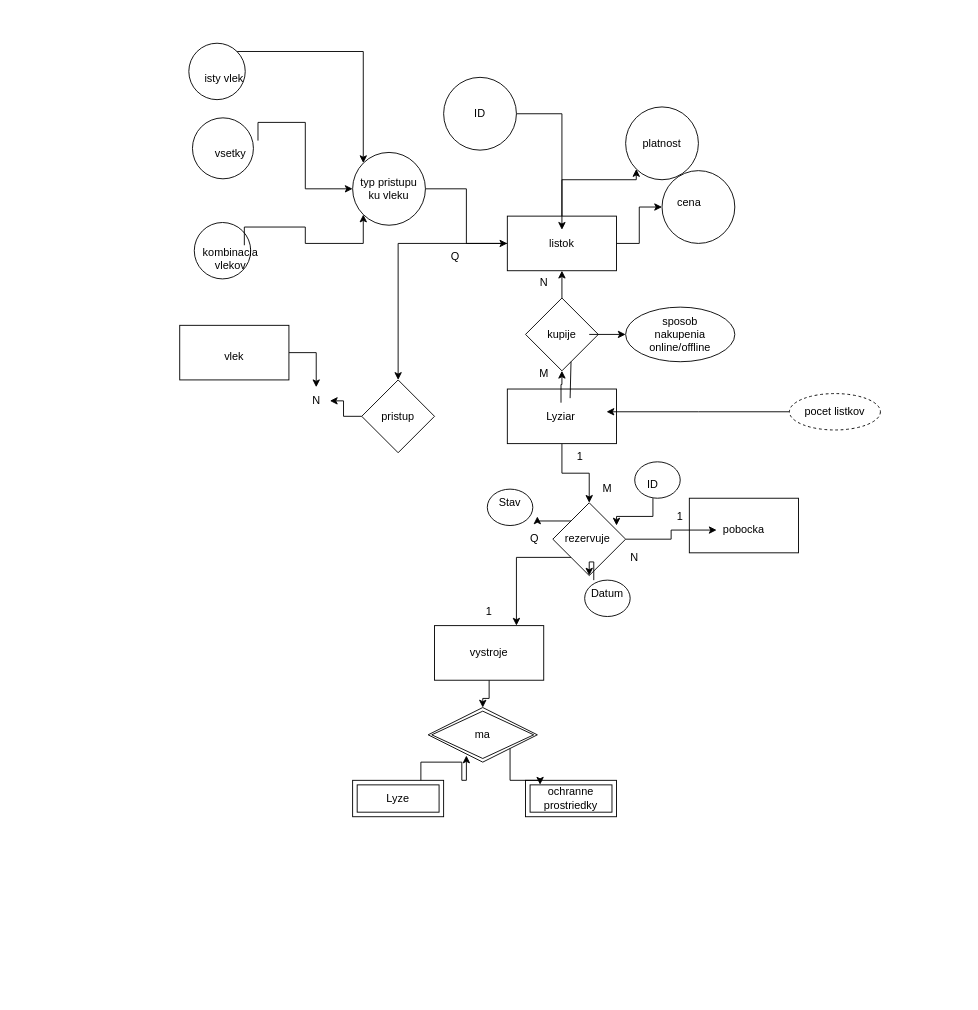
Earlier version of the draw.io diagram Діаграма без назви.drawio (xli1iax/DBS-uni). Source tidied: cells renumbered, new cells numbered last; positions are measured from the earlier drawing's top-left corner, leaving out a move shared by most shapes. Both pictures are drawn from the tidied source at 91%, with x=0, y=0 at pixel (179, 43).
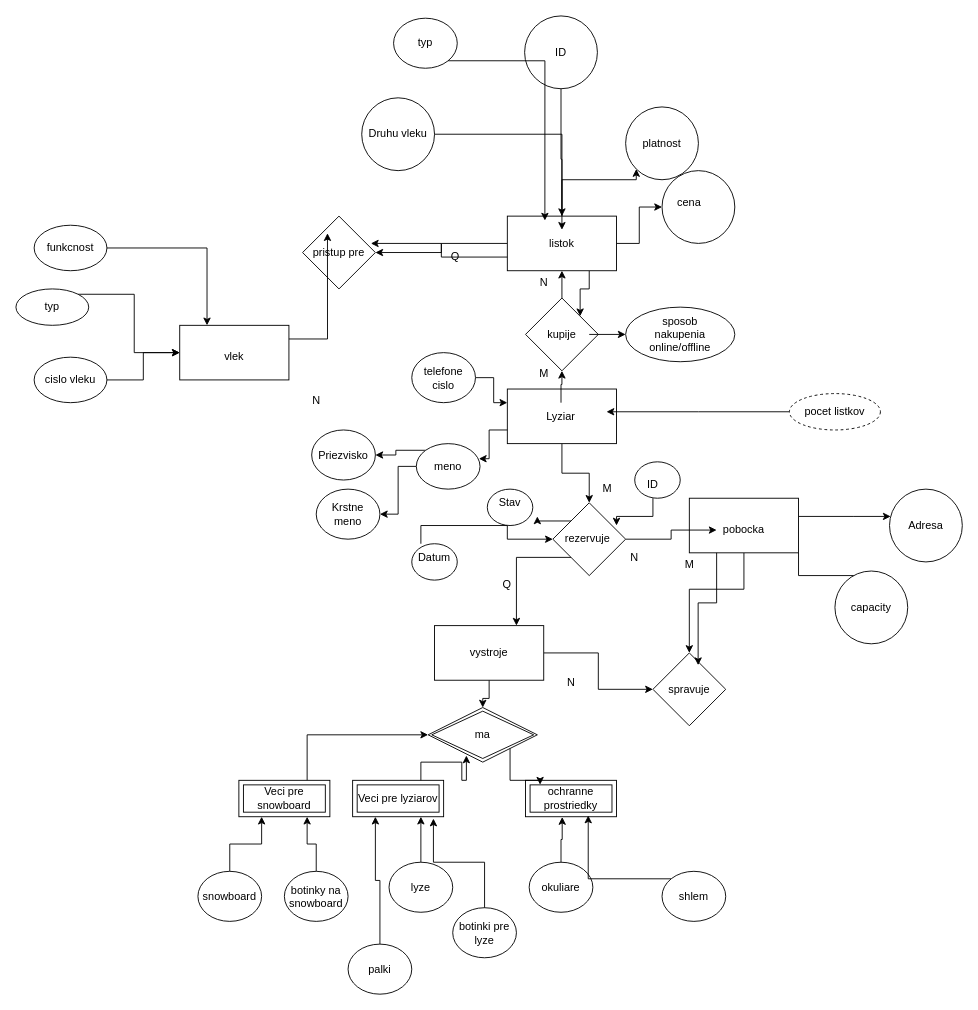
Above is the later version.

Unchanged cells that the change refers to:
```xml
<mxCell id="3" style="rounded=0;whiteSpace=wrap;html=1;" parent="1" vertex="1">
  <mxGeometry x="360" y="380" width="120" height="60" as="geometry" />
</mxCell>
<mxCell id="9" style="rounded=0;whiteSpace=wrap;html=1;" parent="1" vertex="1">
  <mxGeometry x="360" y="190" width="120" height="60" as="geometry" />
</mxCell>
<mxCell id="11" style="rhombus;whiteSpace=wrap;html=1;" parent="1" vertex="1">
  <mxGeometry x="380" y="280" width="80" height="80" as="geometry" />
</mxCell>
<mxCell id="17" style="whiteSpace=wrap;html=1;" parent="1" vertex="1">
  <mxGeometry x="280" y="640" width="120" height="60" as="geometry" />
</mxCell>
<mxCell id="38" style="rounded=0;whiteSpace=wrap;html=1;" parent="1" vertex="1">
  <mxGeometry y="310" width="120" height="60" as="geometry" />
</mxCell>
<mxCell id="39" style="rounded=0;whiteSpace=wrap;html=1;" parent="1" vertex="1">
  <mxGeometry x="560" y="500" width="120" height="60" as="geometry" />
</mxCell>
<mxCell id="53" value="Stav" style="text;html=1;align=center;verticalAlign=middle;whiteSpace=wrap;rounded=0;" parent="1" vertex="1">
  <mxGeometry x="333" y="490" width="60" height="30" as="geometry" />
</mxCell>
<mxCell id="64" value="N" style="text;html=1;align=center;verticalAlign=middle;points=[];strokeColor=none;fillColor=none;" parent="1" vertex="1">
  <mxGeometry x="135" y="378" width="30" height="30" as="geometry" />
</mxCell>
<mxCell id="66" value="ochranne prostriedky" style="shape=ext;margin=3;double=1;whiteSpace=wrap;html=1;align=center;" parent="1" vertex="1">
  <mxGeometry x="380" y="810" width="100" height="40" as="geometry" />
</mxCell>
<mxCell id="67" value="ma" style="shape=rhombus;double=1;perimeter=rhombusPerimeter;whiteSpace=wrap;html=1;align=center;" parent="1" vertex="1">
  <mxGeometry x="273" y="730" width="120" height="60" as="geometry" />
</mxCell>
```

Diff of the diagram source:
```diff
@@
+    <mxCell id="76" style="edgeStyle=orthogonalEdgeStyle;rounded=0;jettySize=auto;html=1;exitX=0.75;exitY=1;exitDx=0;exitDy=0;entryX=1;entryY=0;entryDx=0;entryDy=0;" parent="1" edge="1" source="9" target="11">
+      <mxGeometry relative="1" as="geometry" />
+    </mxCell>
@@
-    <mxCell id="15" style="endArrow=none;html=1;rounded=0;exitX=0.575;exitY=0.167;exitDx=0;exitDy=0;exitPerimeter=0;" parent="1" edge="1" source="3">
-      <mxGeometry relative="1" as="geometry">
-        <mxPoint x="430" y="350" as="targetPoint" />
-      </mxGeometry>
-    </mxCell>
@@
+    <mxCell id="77" style="edgeStyle=orthogonalEdgeStyle;rounded=0;jettySize=auto;html=1;exitX=1;exitY=0.5;exitDx=0;exitDy=0;" parent="1" edge="1" source="17" target="81">
+      <mxGeometry relative="1" as="geometry" />
+    </mxCell>
@@
-    <mxCell id="21" style="ellipse;whiteSpace=wrap;html=1;" parent="1" vertex="1">
-      <mxGeometry x="14" y="82" width="67" height="67" as="geometry" />
-    </mxCell>
-    <mxCell id="22" style="ellipse;whiteSpace=wrap;html=1;" parent="1" vertex="1">
-      <mxGeometry x="16" y="197" width="62" height="62" as="geometry" />
-    </mxCell>
-    <mxCell id="23" style="edgeStyle=orthogonalEdgeStyle;rounded=0;jettySize=auto;html=1;exitX=0.75;exitY=0;exitDx=0;exitDy=0;entryX=0;entryY=1;entryDx=0;entryDy=0;" parent="1" edge="1" source="24" target="75">
-      <mxGeometry relative="1" as="geometry" />
-    </mxCell>
-    <mxCell id="24" value="kombinacia vlekov" style="text;html=1;align=center;verticalAlign=middle;whiteSpace=wrap;rounded=0;" parent="1" vertex="1">
-      <mxGeometry x="26" y="222" width="60" height="30" as="geometry" />
-    </mxCell>
-    <mxCell id="25" style="edgeStyle=orthogonalEdgeStyle;rounded=0;jettySize=auto;html=1;exitX=1;exitY=0;exitDx=0;exitDy=0;" parent="1" edge="1" source="26" target="75">
-      <mxGeometry relative="1" as="geometry" />
-    </mxCell>
-    <mxCell id="26" value="vsetky" style="text;html=1;align=center;verticalAlign=middle;whiteSpace=wrap;rounded=0;" parent="1" vertex="1">
-      <mxGeometry x="26" y="107" width="60" height="30" as="geometry" />
-    </mxCell>
-    <mxCell id="27" style="edgeStyle=orthogonalEdgeStyle;rounded=0;jettySize=auto;html=1;exitX=1;exitY=0;exitDx=0;exitDy=0;entryX=0;entryY=0;entryDx=0;entryDy=0;" parent="1" edge="1" source="28" target="75">
-      <mxGeometry relative="1" as="geometry" />
-    </mxCell>
-    <mxCell id="28" style="ellipse;whiteSpace=wrap;html=1;" parent="1" vertex="1">
-      <mxGeometry x="10" width="62" height="62" as="geometry" />
-    </mxCell>
-    <mxCell id="29" value="isty vlek" style="text;html=1;align=center;verticalAlign=middle;whiteSpace=wrap;rounded=0;" parent="1" vertex="1">
-      <mxGeometry x="20" y="22" width="58" height="33" as="geometry" />
-    </mxCell>
@@
     <mxCell id="35" style="ellipse;whiteSpace=wrap;html=1;" parent="1" vertex="1">
-      <mxGeometry x="290" y="37.5" width="80" height="80" as="geometry" />
+      <mxGeometry x="379" y="-30" width="80" height="80" as="geometry" />
     </mxCell>
     <mxCell id="36" value="ID" style="text;html=1;align=center;verticalAlign=middle;whiteSpace=wrap;rounded=0;" parent="1" vertex="1">
-      <mxGeometry x="300" y="60" width="60" height="35" as="geometry" />
+      <mxGeometry x="389" y="-7.5" width="60" height="35" as="geometry" />
     </mxCell>
-    <mxCell id="37" style="edgeStyle=orthogonalEdgeStyle;rounded=0;jettySize=auto;html=1;" parent="1" edge="1" source="38" target="64">
-      <mxGeometry relative="1" as="geometry" />
-    </mxCell>
@@
+    <mxCell id="78" style="edgeStyle=orthogonalEdgeStyle;rounded=0;jettySize=auto;html=1;" parent="1" edge="1" source="39" target="81">
+      <mxGeometry relative="1" as="geometry">
+        <Array as="points">
+          <mxPoint x="620" y="600" />
+          <mxPoint x="560" y="600" />
+        </Array>
+      </mxGeometry>
+    </mxCell>
+    <mxCell id="79" style="edgeStyle=orthogonalEdgeStyle;rounded=0;jettySize=auto;html=1;" parent="1" edge="1" source="39" target="98">
+      <mxGeometry relative="1" as="geometry">
+        <Array as="points">
+          <mxPoint x="740" y="520" />
+          <mxPoint x="740" y="520" />
+        </Array>
+      </mxGeometry>
+    </mxCell>
+    <mxCell id="80" style="edgeStyle=orthogonalEdgeStyle;rounded=0;jettySize=auto;html=1;exitX=1;exitY=1;exitDx=0;exitDy=0;" parent="1" edge="1" source="39">
+      <mxGeometry relative="1" as="geometry">
+        <mxPoint x="740" y="610" as="targetPoint" />
+      </mxGeometry>
+    </mxCell>
@@
-    <mxCell id="46" value="1" style="text;html=1;align=center;verticalAlign=middle;whiteSpace=wrap;rounded=0;" parent="1" vertex="1">
-      <mxGeometry x="410" y="440" width="60" height="30" as="geometry" />
-    </mxCell>
@@
-    <mxCell id="49" value="1" style="text;html=1;align=center;verticalAlign=middle;whiteSpace=wrap;rounded=0;" parent="1" vertex="1">
-      <mxGeometry x="520" y="505" width="60" height="30" as="geometry" />
-    </mxCell>
     <mxCell id="50" value="Q" style="text;html=1;align=center;verticalAlign=middle;whiteSpace=wrap;rounded=0;" parent="1" vertex="1">
-      <mxGeometry x="360" y="530" width="60" height="30" as="geometry" />
+      <mxGeometry x="330" y="580" width="60" height="30" as="geometry" />
     </mxCell>
-    <mxCell id="51" value="1" style="text;html=1;align=center;verticalAlign=middle;whiteSpace=wrap;rounded=0;" parent="1" vertex="1">
-      <mxGeometry x="310" y="610" width="60" height="30" as="geometry" />
-    </mxCell>
@@
     <mxCell id="57" style="ellipse;whiteSpace=wrap;html=1;" parent="1" vertex="1">
-      <mxGeometry x="445" y="590" width="50" height="40" as="geometry" />
+      <mxGeometry x="255" y="550" width="50" height="40" as="geometry" />
     </mxCell>
@@
     <mxCell id="59" value="Datum" style="text;html=1;align=center;verticalAlign=middle;whiteSpace=wrap;rounded=0;" parent="1" vertex="1">
-      <mxGeometry x="440" y="590" width="60" height="30" as="geometry" />
+      <mxGeometry x="250" y="550" width="60" height="30" as="geometry" />
     </mxCell>
@@
-    <mxCell id="61" style="edgeStyle=orthogonalEdgeStyle;rounded=0;jettySize=auto;html=1;" parent="1" edge="1" source="62" target="64">
-      <mxGeometry relative="1" as="geometry" />
-    </mxCell>
-    <mxCell id="62" value="pristup" style="rhombus;whiteSpace=wrap;html=1;" parent="1" vertex="1">
-      <mxGeometry x="200" y="370" width="80" height="80" as="geometry" />
+    <mxCell id="62" value="pristup pre" style="rhombus;whiteSpace=wrap;html=1;" parent="1" vertex="1">
+      <mxGeometry x="135" y="190" width="80" height="80" as="geometry" />
     </mxCell>
@@
-    <mxCell id="65" value="Lyze" style="shape=ext;margin=3;double=1;whiteSpace=wrap;html=1;align=center;" parent="1" vertex="1">
+    <mxCell id="65" value="Veci pre lyziarov" style="shape=ext;margin=3;double=1;whiteSpace=wrap;html=1;align=center;" parent="1" vertex="1">
       <mxGeometry x="190" y="810" width="100" height="40" as="geometry" />
     </mxCell>
@@
-    <mxCell id="75" value="typ pristupu ku vleku" style="ellipse;whiteSpace=wrap;html=1;" parent="1" vertex="1">
-      <mxGeometry x="190" y="120" width="80" height="80" as="geometry" />
+    <mxCell id="75" value="Druhu vleku" style="ellipse;whiteSpace=wrap;html=1;" parent="1" vertex="1">
+      <mxGeometry x="200" y="60" width="80" height="80" as="geometry" />
     </mxCell>
+    <mxCell id="81" value="spravuje" style="rhombus;whiteSpace=wrap;html=1;" parent="1" vertex="1">
+      <mxGeometry x="520" y="670" width="80" height="80" as="geometry" />
+    </mxCell>
+    <mxCell id="82" style="edgeStyle=orthogonalEdgeStyle;rounded=0;jettySize=auto;html=1;exitX=0.25;exitY=1;exitDx=0;exitDy=0;entryX=0.621;entryY=0.168;entryDx=0;entryDy=0;entryPerimeter=0;" parent="1" edge="1" source="39" target="81">
+      <mxGeometry relative="1" as="geometry" />
+    </mxCell>
+    <mxCell id="83" value="M" style="text;html=1;align=center;verticalAlign=middle;strokeColor=none;fillColor=none;" parent="1" vertex="1">
+      <mxGeometry x="545" y="558" width="30" height="30" as="geometry" />
+    </mxCell>
+    <mxCell id="84" value="N" style="text;html=1;align=center;verticalAlign=middle;strokeColor=none;fillColor=none;" parent="1" vertex="1">
+      <mxGeometry x="415" y="688" width="30" height="30" as="geometry" />
+    </mxCell>
+    <mxCell id="85" style="edgeStyle=orthogonalEdgeStyle;rounded=0;orthogonalLoop=1;jettySize=auto;html=1;exitX=0.5;exitY=1;exitDx=0;exitDy=0;" parent="1" edge="1" source="53" target="53">
+      <mxGeometry relative="1" as="geometry" />
+    </mxCell>
+    <mxCell id="86" style="edgeStyle=orthogonalEdgeStyle;rounded=0;jettySize=auto;html=1;exitX=1;exitY=0.25;exitDx=0;exitDy=0;entryX=0.342;entryY=0.235;entryDx=0;entryDy=0;entryPerimeter=0;" parent="1" edge="1" source="38" target="62">
+      <mxGeometry relative="1" as="geometry" />
+    </mxCell>
+    <mxCell id="87" style="edgeStyle=orthogonalEdgeStyle;rounded=0;jettySize=auto;html=1;exitX=0;exitY=0.75;exitDx=0;exitDy=0;entryX=0.938;entryY=0.375;entryDx=0;entryDy=0;entryPerimeter=0;" parent="1" edge="1" source="9" target="62">
+      <mxGeometry relative="1" as="geometry" />
+    </mxCell>
+    <mxCell id="88" style="edgeStyle=orthogonalEdgeStyle;rounded=0;jettySize=auto;html=1;exitX=0.75;exitY=0;exitDx=0;exitDy=0;entryX=0;entryY=0.5;entryDx=0;entryDy=0;" parent="1" edge="1" source="89" target="67">
+      <mxGeometry relative="1" as="geometry" />
+    </mxCell>
+    <mxCell id="89" value="Veci pre snowboard" style="shape=ext;margin=3;double=1;whiteSpace=wrap;html=1;align=center;" parent="1" vertex="1">
+      <mxGeometry x="65" y="810" width="100" height="40" as="geometry" />
+    </mxCell>
+    <mxCell id="90" style="edgeStyle=orthogonalEdgeStyle;rounded=0;jettySize=auto;html=1;exitX=0;exitY=0.5;exitDx=0;exitDy=0;entryX=1;entryY=0.5;entryDx=0;entryDy=0;" parent="1" edge="1" source="92" target="93">
+      <mxGeometry relative="1" as="geometry" />
+    </mxCell>
+    <mxCell id="91" style="edgeStyle=orthogonalEdgeStyle;rounded=0;jettySize=auto;html=1;exitX=0;exitY=0;exitDx=0;exitDy=0;entryX=1;entryY=0.5;entryDx=0;entryDy=0;" parent="1" edge="1" source="92" target="94">
+      <mxGeometry relative="1" as="geometry" />
+    </mxCell>
+    <mxCell id="92" value="meno" style="ellipse;whiteSpace=wrap;html=1;" parent="1" vertex="1">
+      <mxGeometry x="260" y="440" width="70" height="50" as="geometry" />
+    </mxCell>
+    <mxCell id="93" value="Krstne meno" style="ellipse;whiteSpace=wrap;html=1;" parent="1" vertex="1">
+      <mxGeometry x="150" y="490" width="70" height="55" as="geometry" />
+    </mxCell>
+    <mxCell id="94" value="Priezvisko" style="ellipse;whiteSpace=wrap;html=1;" parent="1" vertex="1">
+      <mxGeometry x="145" y="425" width="70" height="55" as="geometry" />
+    </mxCell>
+    <mxCell id="95" style="edgeStyle=orthogonalEdgeStyle;rounded=0;jettySize=auto;html=1;exitX=0;exitY=0.75;exitDx=0;exitDy=0;entryX=0.982;entryY=0.331;entryDx=0;entryDy=0;entryPerimeter=0;" parent="1" edge="1" source="3" target="92">
+      <mxGeometry relative="1" as="geometry" />
+    </mxCell>
+    <mxCell id="96" style="edgeStyle=orthogonalEdgeStyle;rounded=0;jettySize=auto;html=1;exitX=1;exitY=0.5;exitDx=0;exitDy=0;entryX=0;entryY=0.25;entryDx=0;entryDy=0;" parent="1" edge="1" source="97" target="3">
+      <mxGeometry relative="1" as="geometry" />
+    </mxCell>
+    <mxCell id="97" value="telefone cislo" style="ellipse;whiteSpace=wrap;html=1;" parent="1" vertex="1">
+      <mxGeometry x="255" y="340" width="70" height="55" as="geometry" />
+    </mxCell>
+    <mxCell id="98" value="Adresa" style="ellipse;whiteSpace=wrap;html=1;rounded=0;" parent="1" vertex="1">
+      <mxGeometry x="780" y="490" width="80" height="80" as="geometry" />
+    </mxCell>
+    <mxCell id="99" value="capacity" style="ellipse;whiteSpace=wrap;html=1;" parent="1" vertex="1">
+      <mxGeometry x="720" y="580" width="80" height="80" as="geometry" />
+    </mxCell>
+    <mxCell id="100" style="edgeStyle=orthogonalEdgeStyle;rounded=0;jettySize=auto;html=1;exitX=1;exitY=0.5;exitDx=0;exitDy=0;entryX=0.25;entryY=0;entryDx=0;entryDy=0;" parent="1" edge="1" source="101" target="38">
+      <mxGeometry relative="1" as="geometry" />
+    </mxCell>
+    <mxCell id="101" value="funkcnost" style="ellipse;whiteSpace=wrap;html=1;" parent="1" vertex="1">
+      <mxGeometry x="-160" y="200" width="80" height="50" as="geometry" />
+    </mxCell>
+    <mxCell id="102" style="edgeStyle=orthogonalEdgeStyle;rounded=0;jettySize=auto;html=1;exitX=1;exitY=0;exitDx=0;exitDy=0;" parent="1" edge="1" source="103" target="38">
+      <mxGeometry relative="1" as="geometry" />
+    </mxCell>
+    <mxCell id="103" value="typ" style="ellipse;whiteSpace=wrap;html=1;" parent="1" vertex="1">
+      <mxGeometry x="-180" y="270" width="80" height="40" as="geometry" />
+    </mxCell>
+    <mxCell id="104" style="edgeStyle=orthogonalEdgeStyle;rounded=0;jettySize=auto;html=1;exitX=1;exitY=0.5;exitDx=0;exitDy=0;" parent="1" edge="1" source="105" target="38">
+      <mxGeometry relative="1" as="geometry" />
+    </mxCell>
+    <mxCell id="105" value="cislo vleku" style="ellipse;whiteSpace=wrap;html=1;" parent="1" vertex="1">
+      <mxGeometry x="-160" y="345" width="80" height="50" as="geometry" />
+    </mxCell>
+    <mxCell id="106" value="typ" style="ellipse;whiteSpace=wrap;html=1;" parent="1" vertex="1">
+      <mxGeometry x="235" y="-27.5" width="70" height="55" as="geometry" />
+    </mxCell>
+    <mxCell id="107" style="edgeStyle=orthogonalEdgeStyle;rounded=0;jettySize=auto;html=1;exitX=0.5;exitY=0;exitDx=0;exitDy=0;entryX=0.25;entryY=1;entryDx=0;entryDy=0;" parent="1" edge="1" source="108" target="89">
+      <mxGeometry relative="1" as="geometry" />
+    </mxCell>
+    <mxCell id="108" value="snowboard" style="ellipse;whiteSpace=wrap;html=1;" parent="1" vertex="1">
+      <mxGeometry x="20" y="910" width="70" height="55" as="geometry" />
+    </mxCell>
+    <mxCell id="109" style="edgeStyle=orthogonalEdgeStyle;rounded=0;jettySize=auto;html=1;exitX=0.5;exitY=0;exitDx=0;exitDy=0;entryX=0.75;entryY=1;entryDx=0;entryDy=0;" parent="1" edge="1" source="110" target="89">
+      <mxGeometry relative="1" as="geometry" />
+    </mxCell>
+    <mxCell id="110" value="botinky na snowboard" style="ellipse;whiteSpace=wrap;html=1;" parent="1" vertex="1">
+      <mxGeometry x="115" y="910" width="70" height="55" as="geometry" />
+    </mxCell>
+    <mxCell id="111" style="edgeStyle=orthogonalEdgeStyle;rounded=0;jettySize=auto;html=1;exitX=0.5;exitY=0;exitDx=0;exitDy=0;entryX=0.75;entryY=1;entryDx=0;entryDy=0;" parent="1" edge="1" source="112" target="65">
+      <mxGeometry relative="1" as="geometry" />
+    </mxCell>
+    <mxCell id="112" value="lyze" style="ellipse;whiteSpace=wrap;html=1;" parent="1" vertex="1">
+      <mxGeometry x="230" y="900" width="70" height="55" as="geometry" />
+    </mxCell>
+    <mxCell id="113" style="edgeStyle=orthogonalEdgeStyle;rounded=0;jettySize=auto;html=1;exitX=0.5;exitY=0;exitDx=0;exitDy=0;entryX=0.25;entryY=1;entryDx=0;entryDy=0;" parent="1" edge="1" source="114" target="65">
+      <mxGeometry relative="1" as="geometry" />
+    </mxCell>
+    <mxCell id="114" value="palki" style="ellipse;whiteSpace=wrap;html=1;" parent="1" vertex="1">
+      <mxGeometry x="185" y="990" width="70" height="55" as="geometry" />
+    </mxCell>
+    <mxCell id="115" value="botinki pre lyze" style="ellipse;whiteSpace=wrap;html=1;" parent="1" vertex="1">
+      <mxGeometry x="300" y="950" width="70" height="55" as="geometry" />
+    </mxCell>
+    <mxCell id="116" value="okuliare" style="ellipse;whiteSpace=wrap;html=1;" parent="1" vertex="1">
+      <mxGeometry x="384" y="900" width="70" height="55" as="geometry" />
+    </mxCell>
+    <mxCell id="117" value="shlem" style="ellipse;whiteSpace=wrap;html=1;" parent="1" vertex="1">
+      <mxGeometry x="530" y="910" width="70" height="55" as="geometry" />
+    </mxCell>
+    <mxCell id="118" style="edgeStyle=orthogonalEdgeStyle;rounded=0;jettySize=auto;html=1;exitX=0.5;exitY=0;exitDx=0;exitDy=0;entryX=0.403;entryY=1.009;entryDx=0;entryDy=0;entryPerimeter=0;" parent="1" edge="1" source="116" target="66">
+      <mxGeometry relative="1" as="geometry" />
+    </mxCell>
+    <mxCell id="119" style="edgeStyle=orthogonalEdgeStyle;rounded=0;jettySize=auto;html=1;exitX=0;exitY=0;exitDx=0;exitDy=0;entryX=0.689;entryY=0.967;entryDx=0;entryDy=0;entryPerimeter=0;" parent="1" edge="1" source="117" target="66">
+      <mxGeometry relative="1" as="geometry" />
+    </mxCell>
+    <mxCell id="120" style="edgeStyle=orthogonalEdgeStyle;rounded=0;jettySize=auto;html=1;exitX=0.5;exitY=0;exitDx=0;exitDy=0;entryX=0.888;entryY=1.051;entryDx=0;entryDy=0;entryPerimeter=0;" parent="1" edge="1" source="115" target="65">
+      <mxGeometry relative="1" as="geometry" />
+    </mxCell>
+    <mxCell id="121" style="edgeStyle=orthogonalEdgeStyle;rounded=0;jettySize=auto;html=1;exitX=1;exitY=1;exitDx=0;exitDy=0;entryX=0.344;entryY=0.081;entryDx=0;entryDy=0;entryPerimeter=0;" parent="1" edge="1" source="106" target="9">
+      <mxGeometry relative="1" as="geometry" />
+    </mxCell>
```
